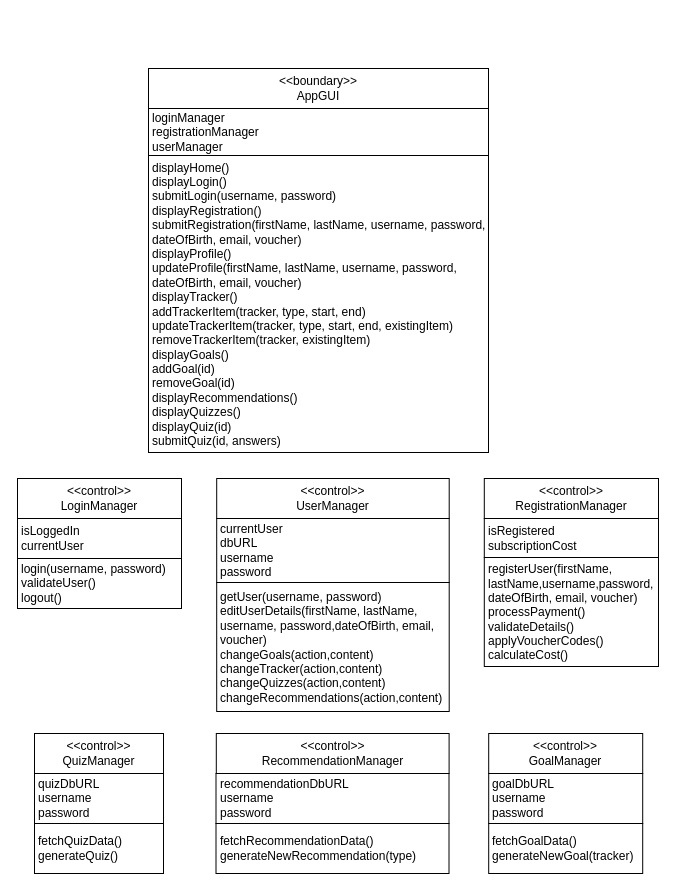
ahammond3aws/DC2SEN keeps this draw.io diagram as Boundary_Control_Class_diagrams.drawio. Above is the earlier version. Source tidied: cells renumbered, new cells numbered last; positions are measured from the earlier drawing's top-left corner, leaving out a move shared by most shapes. Both pictures are drawn from the tidied source at 100%, with x=0, y=0 at pixel (17, 68).
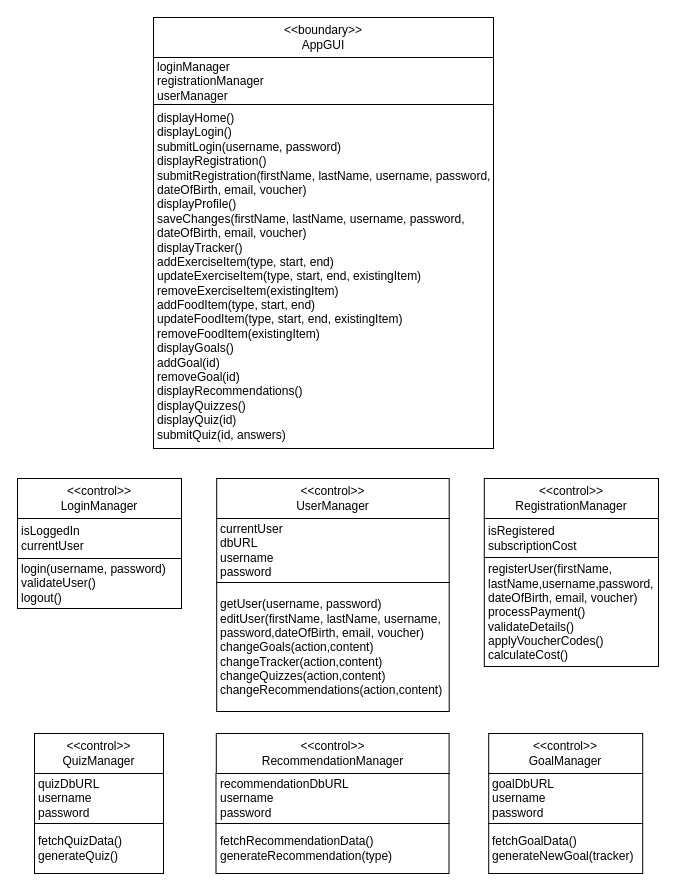
The same diagram, later.

The edit, as a diff of the source:
```diff
@@
-    <mxCell id="13" value="fetchRecommendationData()&lt;br style=&quot;border-color: var(--border-color);&quot;&gt;generateNewRecommendation(type)" style="rounded=0;whiteSpace=wrap;html=1;align=left;spacingLeft=2;fillColor=default;" parent="1" vertex="1">
+    <mxCell id="13" value="fetchRecommendationData()&lt;br style=&quot;border-color: var(--border-color);&quot;&gt;generateRecommendation(type)" style="rounded=0;whiteSpace=wrap;html=1;align=left;spacingLeft=2;fillColor=default;" parent="1" vertex="1">
       <mxGeometry x="198.5" y="755" width="233" height="50" as="geometry" />
     </mxCell>
@@
     <mxCell id="17" value="&amp;lt;&amp;lt;boundary&amp;gt;&amp;gt;&lt;br&gt;AppGUI" style="rounded=0;whiteSpace=wrap;html=1;" parent="1" vertex="1">
-      <mxGeometry x="131" width="340" height="40" as="geometry" />
+      <mxGeometry x="136" y="-51" width="340" height="40" as="geometry" />
     </mxCell>
     <mxCell id="18" value="loginManager&lt;br&gt;registrationManager&lt;br&gt;userManager" style="rounded=0;whiteSpace=wrap;html=1;align=left;spacingLeft=2;" parent="1" vertex="1">
-      <mxGeometry x="131" y="40" width="340" height="47" as="geometry" />
+      <mxGeometry x="136" y="-11" width="340" height="47" as="geometry" />
     </mxCell>
-    <mxCell id="19" value="displayHome()&lt;br&gt;displayLogin()&lt;br&gt;submitLogin(username, password)&lt;br&gt;displayRegistration()&lt;br&gt;submitRegistration(firstName, lastName, username, password,&lt;br&gt;dateOfBirth, email, voucher)&lt;br&gt;displayProfile()&lt;br&gt;updateProfile(firstName, lastName, username, password,&lt;br style=&quot;border-color: var(--border-color);&quot;&gt;dateOfBirth, email, voucher)&lt;br&gt;displayTracker()&lt;br&gt;addTrackerItem(tracker, type, start, end)&lt;br&gt;updateTrackerItem(tracker, type, start, end, existingItem)&lt;br&gt;removeTrackerItem(tracker, existingItem)&lt;br&gt;displayGoals()&lt;br&gt;addGoal(id)&lt;br&gt;removeGoal(id)&lt;br&gt;displayRecommendations()&lt;br&gt;displayQuizzes()&lt;br&gt;displayQuiz(id)&lt;br&gt;submitQuiz(id, answers)" style="rounded=0;whiteSpace=wrap;html=1;align=left;spacingLeft=2;" parent="1" vertex="1">
-      <mxGeometry x="131" y="87" width="340" height="297" as="geometry" />
+    <mxCell id="19" value="displayHome()&lt;br&gt;displayLogin()&lt;br&gt;submitLogin(username, password)&lt;br&gt;displayRegistration()&lt;br&gt;submitRegistration(firstName, lastName, username, password,&lt;br&gt;dateOfBirth, email, voucher)&lt;br&gt;displayProfile()&lt;br&gt;saveChanges(firstName, lastName, username, password,&lt;br style=&quot;border-color: var(--border-color);&quot;&gt;dateOfBirth, email, voucher)&lt;br&gt;displayTracker()&lt;br&gt;addExerciseItem(type, start, end)&lt;br style=&quot;border-color: var(--border-color);&quot;&gt;updateExerciseItem(type, start, end, existingItem)&lt;br style=&quot;border-color: var(--border-color);&quot;&gt;removeExerciseItem(existingItem)&lt;br&gt;addFoodItem(type, start, end)&lt;br&gt;updateFoodItem(type, start, end, existingItem)&lt;br&gt;removeFoodItem(existingItem)&lt;br&gt;displayGoals()&lt;br&gt;addGoal(id)&lt;br&gt;removeGoal(id)&lt;br&gt;displayRecommendations()&lt;br&gt;displayQuizzes()&lt;br&gt;displayQuiz(id)&lt;br&gt;submitQuiz(id, answers)" style="rounded=0;whiteSpace=wrap;html=1;align=left;spacingLeft=2;" parent="1" vertex="1">
+      <mxGeometry x="136" y="36" width="340" height="344" as="geometry" />
     </mxCell>
@@
-    <mxCell id="22" value="getUser(username, password)&lt;br&gt;editUserDetails(firstName, lastName, username, password,dateOfBirth, email, voucher)&lt;br&gt;changeGoals(action,content)&lt;br&gt;changeTracker(action,content)&lt;br&gt;changeQuizzes(action,content)&lt;br&gt;changeRecommendations(action,content)" style="rounded=0;whiteSpace=wrap;html=1;align=left;spacingLeft=2;" parent="1" vertex="1">
+    <mxCell id="22" value="getUser(username, password)&lt;br&gt;editUser(firstName, lastName, username, password,dateOfBirth, email, voucher)&lt;br&gt;changeGoals(action,content)&lt;br&gt;changeTracker(action,content)&lt;br&gt;changeQuizzes(action,content)&lt;br&gt;changeRecommendations(action,content)" style="rounded=0;whiteSpace=wrap;html=1;align=left;spacingLeft=2;" parent="1" vertex="1">
       <mxGeometry x="199.2" y="514" width="232.5" height="129" as="geometry" />
     </mxCell>
```
